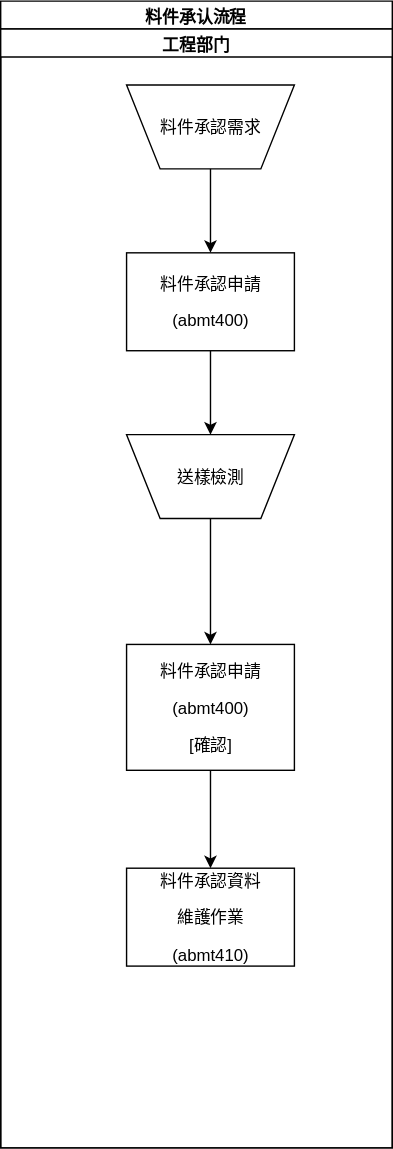
Before: ver01/ABM009.svg, a diagram exported from draw.io (ft2017/sop). Source tidied: cells renumbered, new cells last; positions are measured from the earlier drawing's top-left corner, leaving out a move shared by most shapes.
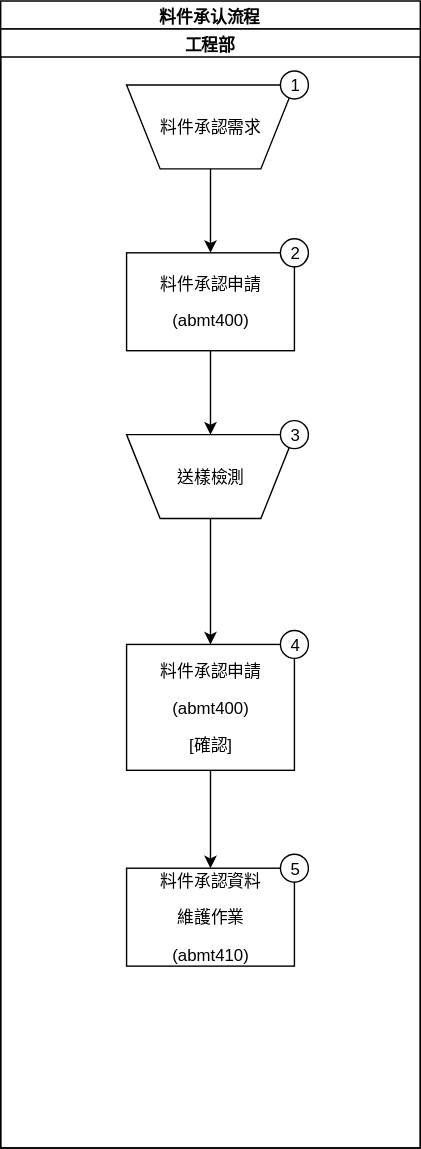
Later version of the same file.

Change to the diagram source:
```diff
@@ -2,38 +2,53 @@
   <root>
     <mxCell id="0" />
     <mxCell id="1" parent="0" />
+    <mxCell id="12" value="&lt;p align=&quot;center&quot;&gt;&lt;span lang=&quot;ZH-TW&quot;&gt;料件承認資料&lt;/span&gt;&lt;/p&gt;&lt;p align=&quot;center&quot;&gt;&lt;span lang=&quot;ZH-TW&quot;&gt;維護作業&lt;/span&gt;&lt;/p&gt;&lt;p align=&quot;center&quot;&gt;&lt;span lang=&quot;EN-US&quot;&gt;(abmt410)&lt;/span&gt;&lt;/p&gt;" style="whiteSpace=wrap;html=1;" parent="1" vertex="1">
+      <mxGeometry x="90" y="620" width="120" height="70" as="geometry" />
+    </mxCell>
+    <mxCell id="10" value="&lt;p align=&quot;center&quot;&gt;&lt;span lang=&quot;ZH-TW&quot;&gt;送樣檢測&lt;/span&gt;&lt;/p&gt;" style="shape=trapezoid;whiteSpace=wrap;html=1;flipV=1;" parent="1" vertex="1">
+      <mxGeometry x="90" y="310" width="120" height="60" as="geometry" />
+    </mxCell>
+    <mxCell id="8" value="&lt;p align=&quot;center&quot;&gt;&lt;span lang=&quot;ZH-TW&quot;&gt;料件承認申請&lt;/span&gt;&lt;/p&gt;&lt;p align=&quot;center&quot;&gt;&lt;span lang=&quot;EN-US&quot;&gt;(abmt400)&lt;/span&gt;&lt;/p&gt;" style="whiteSpace=wrap;html=1;" parent="1" vertex="1">
+      <mxGeometry x="90" y="180" width="120" height="70" as="geometry" />
+    </mxCell>
     <mxCell id="2" value="&lt;b&gt;&lt;span&gt;料件承认流程&lt;/span&gt;&lt;/b&gt;" style="swimlane;html=1;startSize=20;" parent="1" vertex="1">
-      <mxGeometry width="280" height="820" as="geometry" />
+      <mxGeometry width="300" height="820" as="geometry" />
     </mxCell>
-    <mxCell id="3" value="&lt;b&gt;&lt;span&gt;工程部门&lt;/span&gt;&lt;/b&gt;" style="swimlane;html=1;startSize=20;" parent="2" vertex="1">
-      <mxGeometry y="20" width="280" height="800" as="geometry" />
+    <mxCell id="3" value="工程部" style="swimlane;html=1;startSize=20;" parent="2" vertex="1">
+      <mxGeometry y="20" width="300" height="800" as="geometry" />
     </mxCell>
+    <mxCell id="13" value="3" style="ellipse;whiteSpace=wrap;html=1;" parent="3" vertex="1">
+      <mxGeometry x="200" y="280" width="20" height="20" as="geometry" />
+    </mxCell>
     <mxCell id="4" value="&lt;p align=&quot;center&quot;&gt;&lt;span lang=&quot;ZH-TW&quot;&gt;料件承認需求&lt;/span&gt;&lt;/p&gt;" style="shape=trapezoid;whiteSpace=wrap;html=1;flipV=1;" parent="3" vertex="1">
       <mxGeometry x="90" y="40" width="120" height="60" as="geometry" />
     </mxCell>
     <mxCell id="5" value="&lt;p align=&quot;center&quot;&gt;&lt;span lang=&quot;ZH-TW&quot;&gt;料件承認申請&lt;/span&gt;&lt;/p&gt;&lt;p align=&quot;center&quot;&gt;&lt;span lang=&quot;EN-US&quot;&gt;(abmt400)&lt;/span&gt;&lt;/p&gt;&lt;p align=&quot;center&quot;&gt;&lt;span lang=&quot;EN-US&quot;&gt;[&lt;/span&gt;&lt;span lang=&quot;ZH-TW&quot;&gt;確認&lt;/span&gt;&lt;span lang=&quot;EN-US&quot;&gt;]&lt;/span&gt;&lt;/p&gt;" style="whiteSpace=wrap;html=1;" parent="3" vertex="1">
       <mxGeometry x="90" y="440" width="120" height="90" as="geometry" />
     </mxCell>
+    <mxCell id="14" value="1" style="ellipse;whiteSpace=wrap;html=1;" parent="3" vertex="1">
+      <mxGeometry x="200" y="30" width="20" height="20" as="geometry" />
+    </mxCell>
+    <mxCell id="15" value="2" style="ellipse;whiteSpace=wrap;html=1;" parent="3" vertex="1">
+      <mxGeometry x="200" y="150" width="20" height="20" as="geometry" />
+    </mxCell>
+    <mxCell id="16" value="4" style="ellipse;whiteSpace=wrap;html=1;" parent="3" vertex="1">
+      <mxGeometry x="200" y="430" width="20" height="20" as="geometry" />
+    </mxCell>
+    <mxCell id="17" value="5" style="ellipse;whiteSpace=wrap;html=1;" parent="3" vertex="1">
+      <mxGeometry x="200" y="590" width="20" height="20" as="geometry" />
+    </mxCell>
     <mxCell id="6" style="edgeStyle=orthogonalEdgeStyle;rounded=0;html=1;jettySize=auto;" parent="1" edge="1" source="4" target="8">
       <mxGeometry relative="1" as="geometry" />
     </mxCell>
     <mxCell id="7" style="edgeStyle=orthogonalEdgeStyle;rounded=0;html=1;exitX=0.5;exitY=1;jettySize=auto;" parent="1" edge="1" source="8" target="10">
       <mxGeometry relative="1" as="geometry" />
     </mxCell>
-    <mxCell id="8" value="&lt;p align=&quot;center&quot;&gt;&lt;span lang=&quot;ZH-TW&quot;&gt;料件承認申請&lt;/span&gt;&lt;/p&gt;&lt;p align=&quot;center&quot;&gt;&lt;span lang=&quot;EN-US&quot;&gt;(abmt400)&lt;/span&gt;&lt;/p&gt;" style="whiteSpace=wrap;html=1;" parent="1" vertex="1">
-      <mxGeometry x="90" y="180" width="120" height="70" as="geometry" />
-    </mxCell>
     <mxCell id="9" style="edgeStyle=orthogonalEdgeStyle;rounded=0;html=1;exitX=0.5;exitY=0;jettySize=auto;" parent="1" edge="1" source="10" target="5">
       <mxGeometry relative="1" as="geometry" />
     </mxCell>
-    <mxCell id="10" value="&lt;p align=&quot;center&quot;&gt;&lt;span lang=&quot;ZH-TW&quot;&gt;送樣檢測&lt;/span&gt;&lt;/p&gt;" style="shape=trapezoid;whiteSpace=wrap;html=1;flipV=1;" parent="1" vertex="1">
-      <mxGeometry x="90" y="310" width="120" height="60" as="geometry" />
-    </mxCell>
     <mxCell id="11" style="edgeStyle=orthogonalEdgeStyle;rounded=0;html=1;exitX=0.5;exitY=1;jettySize=auto;" parent="1" edge="1" source="5" target="12">
       <mxGeometry relative="1" as="geometry" />
     </mxCell>
-    <mxCell id="12" value="&lt;p align=&quot;center&quot;&gt;&lt;span lang=&quot;ZH-TW&quot;&gt;料件承認資料&lt;/span&gt;&lt;/p&gt;&lt;p align=&quot;center&quot;&gt;&lt;span lang=&quot;ZH-TW&quot;&gt;維護作業&lt;/span&gt;&lt;/p&gt;&lt;p align=&quot;center&quot;&gt;&lt;span lang=&quot;EN-US&quot;&gt;(abmt410)&lt;/span&gt;&lt;/p&gt;" style="whiteSpace=wrap;html=1;" parent="1" vertex="1">
-      <mxGeometry x="90" y="620" width="120" height="70" as="geometry" />
-    </mxCell>
   </root>
 </mxGraphModel>
```
